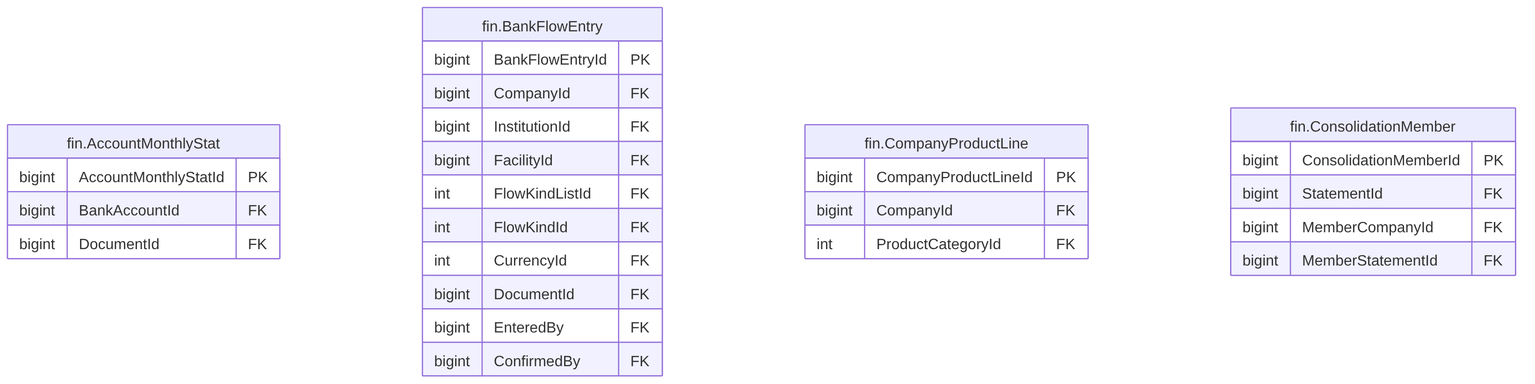
thawrasy/smartlines keeps this Mermaid diagram as treasury-platform/docs/diagrams/erd/m5_financials_1.png. Above is the earlier version. Its source is kept beside it as treasury-platform/docs/diagrams/erd/m5_financials_1.mmd.
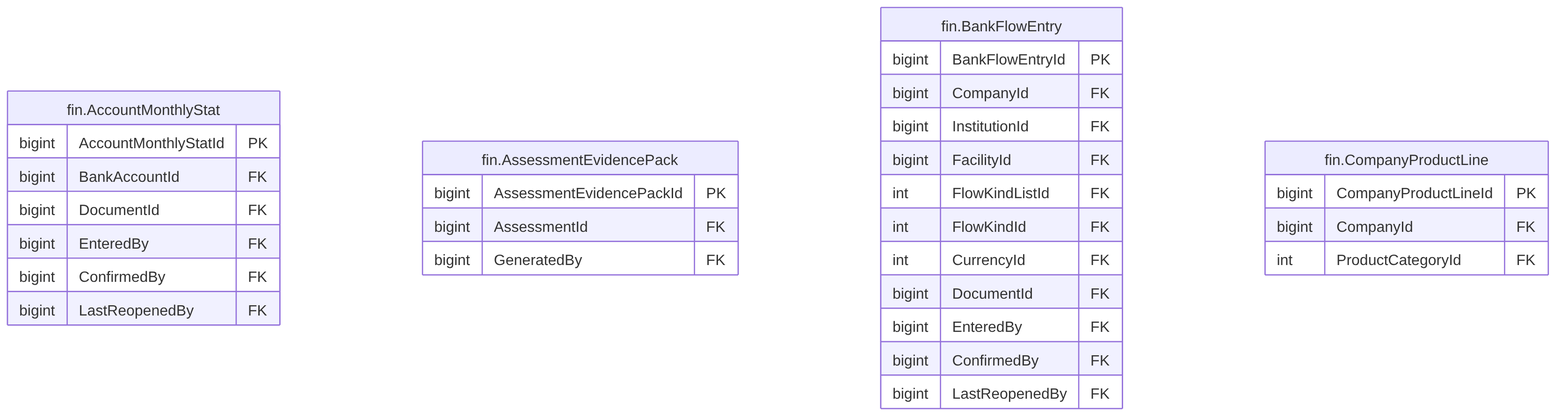
The same file after the commit.

Diff of the diagram source:
```diff
@@ -3,6 +3,14 @@
     bigint AccountMonthlyStatId PK
     bigint BankAccountId FK
     bigint DocumentId FK
+    bigint EnteredBy FK
+    bigint ConfirmedBy FK
+    bigint LastReopenedBy FK
+  }
+  fin_AssessmentEvidencePack["fin.AssessmentEvidencePack"] {
+    bigint AssessmentEvidencePackId PK
+    bigint AssessmentId FK
+    bigint GeneratedBy FK
   }
   fin_BankFlowEntry["fin.BankFlowEntry"] {
     bigint BankFlowEntryId PK
@@ -15,15 +23,10 @@
     bigint DocumentId FK
     bigint EnteredBy FK
     bigint ConfirmedBy FK
+    bigint LastReopenedBy FK
   }
   fin_CompanyProductLine["fin.CompanyProductLine"] {
     bigint CompanyProductLineId PK
     bigint CompanyId FK
     int ProductCategoryId FK
   }
-  fin_ConsolidationMember["fin.ConsolidationMember"] {
-    bigint ConsolidationMemberId PK
-    bigint StatementId FK
-    bigint MemberCompanyId FK
-    bigint MemberStatementId FK
-  }
```
